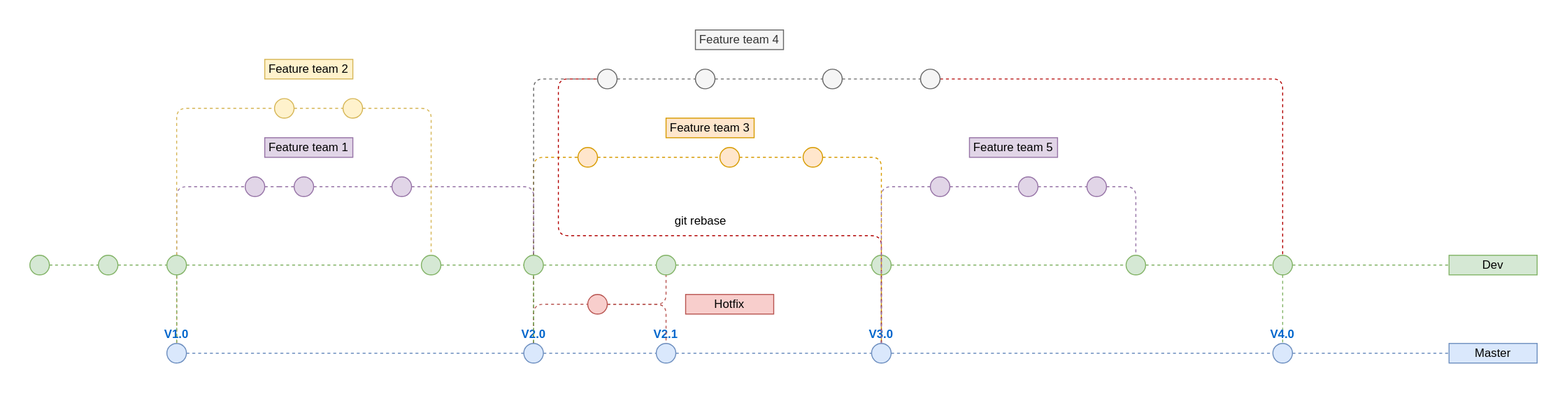
blinkJun/doc keeps this draw.io diagram as src/assets/images/git-flow.drawio.svg. Above is the earlier version. Source tidied: cells renumbered, new cells last; positions are measured from the earlier drawing's top-left corner, leaving out a move shared by most shapes.
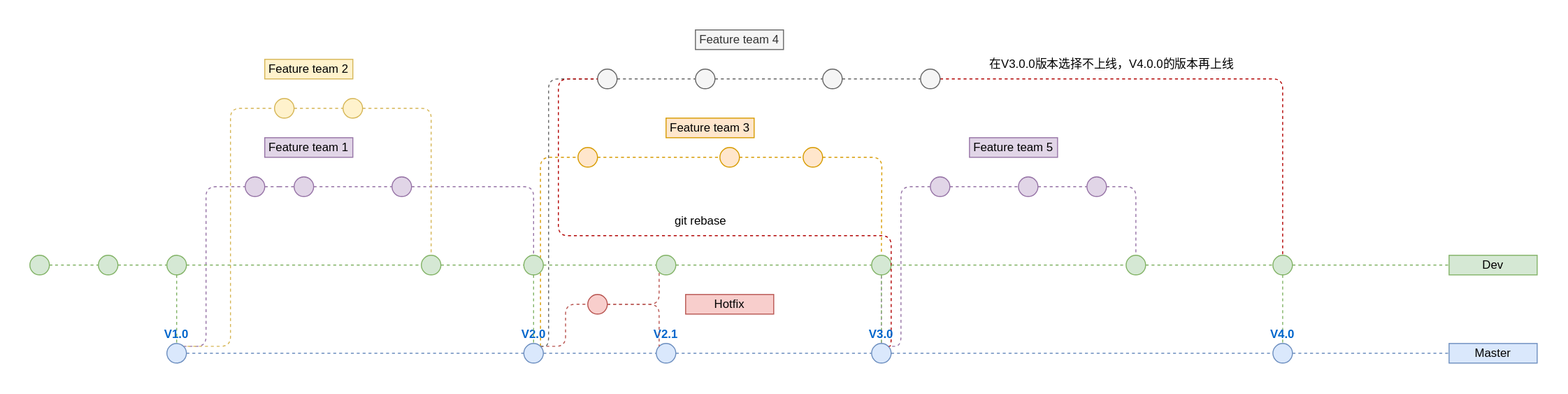
Later version of the same file.

Commit message:
fix: git flow pic

The edit, as a diff of the source:
```diff
@@ -5,14 +5,15 @@
     <mxCell id="2" style="endArrow=none;dashed=1;html=1;fillColor=#dae8fc;strokeColor=#6c8ebf;" parent="1" edge="1" source="82" target="6">
       <mxGeometry relative="1" as="geometry" />
     </mxCell>
-    <mxCell id="3" style="edgeStyle=orthogonalEdgeStyle;rounded=1;jettySize=auto;html=1;entryX=0;entryY=0.5;entryDx=0;entryDy=0;endArrow=none;strokeColor=#9673a6;dashed=1;endFill=0;fillColor=#e1d5e7;fontSize=10;fontColor=#FFB570;exitX=0.5;exitY=0;exitDx=0;exitDy=0;" parent="1" edge="1" source="5" target="26">
+    <mxCell id="3" style="edgeStyle=orthogonalEdgeStyle;rounded=1;jettySize=auto;html=1;entryX=0;entryY=0.5;entryDx=0;entryDy=0;endArrow=none;strokeColor=#9673a6;dashed=1;endFill=0;fillColor=#e1d5e7;fontSize=10;fontColor=#FFB570;exitX=1;exitY=0;exitDx=0;exitDy=0;" parent="1" edge="1" source="5" target="26">
       <mxGeometry relative="1" as="geometry">
         <Array as="points">
-          <mxPoint x="150" y="160" />
+          <mxPoint x="180" y="323" />
+          <mxPoint x="180" y="160" />
         </Array>
       </mxGeometry>
     </mxCell>
-    <mxCell id="4" style="edgeStyle=orthogonalEdgeStyle;rounded=1;jettySize=auto;html=1;entryX=0;entryY=0.5;entryDx=0;entryDy=0;endArrow=none;fontSize=10;strokeColor=#d6b656;fontColor=#FFB570;dashed=1;endFill=0;fillColor=#fff2cc;exitX=0.5;exitY=0;exitDx=0;exitDy=0;" parent="1" edge="1" source="5" target="28">
+    <mxCell id="4" style="edgeStyle=orthogonalEdgeStyle;rounded=1;jettySize=auto;html=1;entryX=0;entryY=0.5;entryDx=0;entryDy=0;endArrow=none;fontSize=10;strokeColor=#d6b656;fontColor=#FFB570;dashed=1;endFill=0;fillColor=#fff2cc;exitX=0;exitY=0;exitDx=0;exitDy=0;" parent="1" edge="1" source="5" target="28">
       <mxGeometry relative="1" as="geometry" />
     </mxCell>
     <mxCell id="5" value="V1.0" style="ellipse;whiteSpace=wrap;html=1;fillColor=#dae8fc;strokeColor=#6c8ebf;fontStyle=1;labelPosition=center;verticalLabelPosition=top;align=center;verticalAlign=bottom;fontColor=#0066CC;" parent="1" vertex="1">
@@ -33,14 +34,23 @@
     <mxCell id="10" value="Dev" style="text;html=1;strokeColor=#82b366;fillColor=#d5e8d4;align=center;verticalAlign=middle;whiteSpace=wrap;rounded=0;" parent="1" vertex="1">
       <mxGeometry x="1450" y="230" width="90" height="20" as="geometry" />
     </mxCell>
-    <mxCell id="11" style="edgeStyle=orthogonalEdgeStyle;rounded=1;jettySize=auto;html=1;entryX=0;entryY=0.5;entryDx=0;entryDy=0;endArrow=none;strokeColor=#b85450;fillColor=#f8cecc;dashed=1;endFill=0;exitX=0.5;exitY=0;exitDx=0;exitDy=0;" parent="1" edge="1" source="14" target="42">
+    <mxCell id="11" style="edgeStyle=orthogonalEdgeStyle;rounded=1;jettySize=auto;html=1;entryX=0;entryY=0.5;entryDx=0;entryDy=0;endArrow=none;strokeColor=#b85450;fillColor=#f8cecc;dashed=1;endFill=0;exitX=1;exitY=0;exitDx=0;exitDy=0;" parent="1" edge="1" source="14" target="42">
       <mxGeometry relative="1" as="geometry" />
     </mxCell>
-    <mxCell id="12" style="edgeStyle=orthogonalEdgeStyle;rounded=1;jettySize=auto;html=1;fillColor=#ffe6cc;strokeColor=#d79b00;endArrow=none;fontSize=10;fontColor=#FFB570;dashed=1;endFill=0;exitX=0.5;exitY=0;exitDx=0;exitDy=0;entryX=0;entryY=0.5;entryDx=0;entryDy=0;" parent="1" edge="1" source="14" target="45">
-      <mxGeometry relative="1" as="geometry" />
+    <mxCell id="12" style="edgeStyle=orthogonalEdgeStyle;rounded=1;jettySize=auto;html=1;fillColor=#ffe6cc;strokeColor=#d79b00;endArrow=none;fontSize=10;fontColor=#FFB570;dashed=1;endFill=0;exitX=1;exitY=0;exitDx=0;exitDy=0;entryX=0;entryY=0.5;entryDx=0;entryDy=0;" parent="1" edge="1" source="14" target="45">
+      <mxGeometry relative="1" as="geometry">
+        <Array as="points">
+          <mxPoint x="522" y="130" />
+        </Array>
+      </mxGeometry>
     </mxCell>
-    <mxCell id="13" style="edgeStyle=orthogonalEdgeStyle;rounded=1;jettySize=auto;html=1;entryX=0;entryY=0.5;entryDx=0;entryDy=0;exitX=0.5;exitY=0;exitDx=0;exitDy=0;endArrow=none;fontSize=10;strokeColor=#666666;fontColor=#FFB570;dashed=1;endFill=0;fillColor=#f5f5f5;" parent="1" edge="1" source="14" target="54">
-      <mxGeometry relative="1" as="geometry" />
+    <mxCell id="13" style="edgeStyle=orthogonalEdgeStyle;rounded=1;jettySize=auto;html=1;entryX=0;entryY=0.5;entryDx=0;entryDy=0;exitX=1;exitY=0;exitDx=0;exitDy=0;endArrow=none;fontSize=10;strokeColor=#666666;fontColor=#FFB570;dashed=1;endFill=0;fillColor=#f5f5f5;" parent="1" edge="1" source="14" target="54">
+      <mxGeometry relative="1" as="geometry">
+        <Array as="points">
+          <mxPoint x="530" y="323" />
+          <mxPoint x="530" y="50" />
+        </Array>
+      </mxGeometry>
     </mxCell>
     <mxCell id="14" value="V2.0" style="ellipse;whiteSpace=wrap;html=1;fillColor=#dae8fc;strokeColor=#6c8ebf;fontStyle=1;labelPosition=center;verticalLabelPosition=top;align=center;verticalAlign=bottom;fontColor=#0066CC;" parent="1" vertex="1">
       <mxGeometry x="504.7" y="320" width="20" height="20" as="geometry" />
@@ -130,10 +140,10 @@
     <mxCell id="39" style="ellipse;whiteSpace=wrap;html=1;fillColor=#d5e8d4;strokeColor=#82b366;" parent="1" vertex="1">
       <mxGeometry x="504.7" y="230" width="20" height="20" as="geometry" />
     </mxCell>
-    <mxCell id="40" style="edgeStyle=orthogonalEdgeStyle;rounded=1;jettySize=auto;html=1;entryX=0.5;entryY=0;entryDx=0;entryDy=0;endArrow=none;strokeColor=#b85450;fillColor=#f8cecc;dashed=1;endFill=0;" parent="1" edge="1" source="42" target="7">
+    <mxCell id="40" style="edgeStyle=orthogonalEdgeStyle;rounded=1;jettySize=auto;html=1;entryX=0;entryY=0;entryDx=0;entryDy=0;endArrow=none;strokeColor=#b85450;fillColor=#f8cecc;dashed=1;endFill=0;" parent="1" edge="1" source="42" target="7">
       <mxGeometry relative="1" as="geometry" />
     </mxCell>
-    <mxCell id="41" style="edgeStyle=orthogonalEdgeStyle;rounded=1;jettySize=auto;html=1;entryX=0.5;entryY=1;entryDx=0;entryDy=0;endArrow=none;strokeColor=#b85450;fillColor=#f8cecc;dashed=1;endFill=0;" parent="1" edge="1" source="42" target="43">
+    <mxCell id="41" style="edgeStyle=orthogonalEdgeStyle;rounded=1;jettySize=auto;html=1;entryX=0;entryY=1;entryDx=0;entryDy=0;endArrow=none;strokeColor=#b85450;fillColor=#f8cecc;dashed=1;endFill=0;" parent="1" edge="1" source="42" target="43">
       <mxGeometry relative="1" as="geometry" />
     </mxCell>
     <mxCell id="42" style="ellipse;whiteSpace=wrap;html=1;fillColor=#f8cecc;strokeColor=#b85450;" parent="1" vertex="1">
@@ -157,6 +167,11 @@
     <mxCell id="48" style="edgeStyle=orthogonalEdgeStyle;rounded=1;jettySize=auto;html=1;entryX=0.5;entryY=1;entryDx=0;entryDy=0;endArrow=none;fontSize=10;strokeColor=#9673a6;fontColor=#FFB570;fillColor=#e1d5e7;dashed=1;endFill=0;" parent="1" edge="1" source="67" target="52">
       <mxGeometry relative="1" as="geometry" />
     </mxCell>
+    <mxCell id="84" style="edgeStyle=orthogonalEdgeStyle;rounded=1;jettySize=auto;html=1;endArrow=none;fontSize=10;strokeColor=#d79b00;fontColor=#FFB570;fillColor=#ffe6cc;dashed=1;endFill=0;" parent="1" edge="1" source="49">
+      <mxGeometry relative="1" as="geometry">
+        <mxPoint x="870" y="230" as="targetPoint" />
+      </mxGeometry>
+    </mxCell>
     <mxCell id="49" style="ellipse;whiteSpace=wrap;html=1;fontSize=10;fillColor=#ffe6cc;strokeColor=#d79b00;" parent="1" vertex="1">
       <mxGeometry x="790" y="120" width="20" height="20" as="geometry" />
     </mxCell>
@@ -205,13 +220,11 @@
     <mxCell id="64" style="endArrow=none;dashed=1;html=1;fillColor=#dae8fc;strokeColor=#6c8ebf;" parent="1" edge="1" source="7" target="67">
       <mxGeometry relative="1" as="geometry" />
     </mxCell>
-    <mxCell id="65" style="edgeStyle=orthogonalEdgeStyle;rounded=1;jettySize=auto;html=1;entryX=0.5;entryY=0;entryDx=0;entryDy=0;endArrow=none;fontSize=10;strokeColor=#d79b00;fontColor=#FFB570;fillColor=#ffe6cc;dashed=1;endFill=0;" parent="1" edge="1" source="49" target="67">
-      <mxGeometry relative="1" as="geometry" />
-    </mxCell>
-    <mxCell id="66" style="edgeStyle=orthogonalEdgeStyle;rounded=1;jettySize=auto;html=1;entryX=0;entryY=0.5;entryDx=0;entryDy=0;fillColor=#e51400;strokeColor=#B20000;endArrow=none;fontSize=10;fontColor=#FFB570;dashed=1;endFill=0;" parent="1" edge="1" source="67" target="54">
+    <mxCell id="66" style="edgeStyle=orthogonalEdgeStyle;rounded=1;jettySize=auto;html=1;entryX=0;entryY=0.5;entryDx=0;entryDy=0;fillColor=#e51400;strokeColor=#B20000;endArrow=none;fontSize=10;fontColor=#FFB570;dashed=1;endFill=0;exitX=1;exitY=0;exitDx=0;exitDy=0;" parent="1" edge="1" source="67" target="54">
       <mxGeometry relative="1" as="geometry">
         <Array as="points">
-          <mxPoint x="870" y="210" />
+          <mxPoint x="880" y="323" />
+          <mxPoint x="880" y="210" />
           <mxPoint x="540" y="210" />
           <mxPoint x="540" y="50" />
         </Array>
@@ -220,8 +233,13 @@
     <mxCell id="67" value="V3.0" style="ellipse;whiteSpace=wrap;html=1;fillColor=#dae8fc;strokeColor=#6c8ebf;fontStyle=1;labelPosition=center;verticalLabelPosition=top;align=center;verticalAlign=bottom;fontColor=#0066CC;" parent="1" vertex="1">
       <mxGeometry x="860" y="320" width="20" height="20" as="geometry" />
     </mxCell>
-    <mxCell id="68" style="edgeStyle=orthogonalEdgeStyle;rounded=1;jettySize=auto;html=1;entryX=0.5;entryY=0;entryDx=0;entryDy=0;endArrow=none;fontSize=10;strokeColor=#9673a6;fontColor=#FFB570;dashed=1;endFill=0;fillColor=#e1d5e7;" parent="1" edge="1" source="70" target="67">
-      <mxGeometry relative="1" as="geometry" />
+    <mxCell id="68" style="edgeStyle=orthogonalEdgeStyle;rounded=1;jettySize=auto;html=1;entryX=1;entryY=0;entryDx=0;entryDy=0;endArrow=none;fontSize=10;strokeColor=#9673a6;fontColor=#FFB570;dashed=1;endFill=0;fillColor=#e1d5e7;" parent="1" edge="1" source="70" target="67">
+      <mxGeometry relative="1" as="geometry">
+        <Array as="points">
+          <mxPoint x="890" y="160" />
+          <mxPoint x="890" y="323" />
+        </Array>
+      </mxGeometry>
     </mxCell>
     <mxCell id="69" style="edgeStyle=orthogonalEdgeStyle;rounded=1;jettySize=auto;html=1;entryX=0;entryY=0.5;entryDx=0;entryDy=0;endArrow=none;fontSize=10;strokeColor=#9673a6;fontColor=#FFB570;dashed=1;endFill=0;fillColor=#e1d5e7;" parent="1" edge="1" source="70" target="74">
       <mxGeometry relative="1" as="geometry" />
@@ -268,5 +286,8 @@
     <mxCell id="83" value="git rebase" style="text;html=1;align=center;verticalAlign=middle;strokeColor=none;fillColor=none;" parent="1" vertex="1">
       <mxGeometry x="645" y="180" width="80" height="30" as="geometry" />
     </mxCell>
+    <mxCell id="85" value="在V3.0.0版本选择不上线，V4.0.0的版本再上线" style="text;html=1;align=center;verticalAlign=middle;strokeColor=none;fillColor=none;" parent="1" vertex="1">
+      <mxGeometry x="970" y="20" width="270" height="30" as="geometry" />
+    </mxCell>
   </root>
 </mxGraphModel>
```
